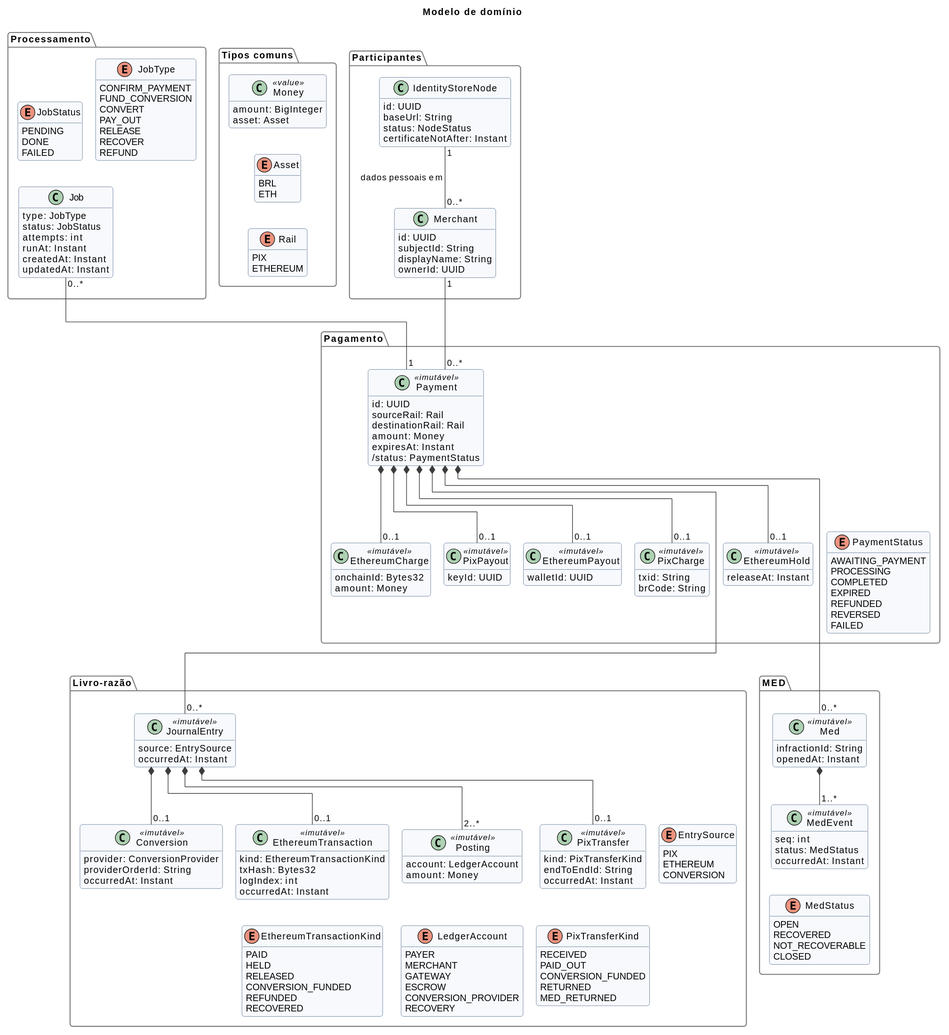
BrunoViotto18/Pixeth keeps this PlantUML diagram as docs/diagrams/svg/dominio/classes-dominio.svg. Above is the earlier version. Source of this version:
```plantuml
@startuml
!pragma layout elk
!include ../_estilo.iuml

title Modelo de domínio

hide empty members
skinparam linetype ortho

package "Participantes" {
  class Merchant {
    id: UUID
    subjectId: String
    displayName: String
    ownerId: UUID
  }

  class IdentityStoreNode {
    id: UUID
    baseUrl: String
    status: NodeStatus
    certificateNotAfter: Instant
  }
}

package "Processamento" {
  class Job {
    type: JobType
    status: JobStatus
    attempts: int
    runAt: Instant
    createdAt: Instant
    updatedAt: Instant
  }

  enum JobType {
    CONFIRM_PAYMENT
    FUND_CONVERSION
    CONVERT
    PAY_OUT
    RELEASE
    RECOVER
    REFUND
  }

  enum JobStatus {
    PENDING
    DONE
    FAILED
  }
}

package "Pagamento" {
  class Payment <<imutável>> {
    id: UUID
    sourceRail: Rail
    destinationRail: Rail
    amount: Money
    expiresAt: Instant
    /status: PaymentStatus
  }

  enum PaymentStatus {
    AWAITING_PAYMENT
    PROCESSING
    COMPLETED
    EXPIRED
    REFUNDED
    REVERSED
    FAILED
  }

  class PixCharge <<imutável>> {
    txid: String
    brCode: String
  }

  class PixPayout <<imutável>> {
    keyId: UUID
  }

  class EthereumCharge <<imutável>> {
    onchainId: Bytes32
    amount: Money
  }

  class EthereumPayout <<imutável>> {
    walletId: UUID
  }

  class EthereumHold <<imutável>> {
    releaseAt: Instant
  }
}

package "Livro-razão" {
  class JournalEntry <<imutável>> {
    source: EntrySource
    occurredAt: Instant
  }

  class Posting <<imutável>> {
    account: LedgerAccount
    amount: Money
  }

  class PixTransfer <<imutável>> {
    kind: PixTransferKind
    endToEndId: String
    occurredAt: Instant
  }

  class EthereumTransaction <<imutável>> {
    kind: EthereumTransactionKind
    txHash: Bytes32
    logIndex: int
    occurredAt: Instant
  }

  class Conversion <<imutável>> {
    provider: ConversionProvider
    providerOrderId: String
    occurredAt: Instant
  }

  enum EntrySource {
    PIX
    ETHEREUM
    CONVERSION
  }

  enum LedgerAccount {
    PAYER
    MERCHANT
    GATEWAY
    ESCROW
    CONVERSION_PROVIDER
    RECOVERY
  }

  enum PixTransferKind {
    RECEIVED
    PAID_OUT
    CONVERSION_FUNDED
    RETURNED
    MED_RETURNED
  }

  enum EthereumTransactionKind {
    PAID
    HELD
    RELEASED
    CONVERSION_FUNDED
    REFUNDED
    RECOVERED
  }
}

package "MED" {
  class Med <<imutável>> {
    infractionId: String
    openedAt: Instant
  }

  class MedEvent <<imutável>> {
    seq: int
    status: MedStatus
    occurredAt: Instant
  }

  enum MedStatus {
    OPEN
    RECOVERED
    NOT_RECOVERABLE
    CLOSED
  }
}

package "Tipos comuns" {
  class Money <<value>> {
    amount: BigInteger
    asset: Asset
  }

  enum Asset {
    BRL
    ETH
  }

  enum Rail {
    PIX
    ETHEREUM
  }
}

IdentityStoreNode "1" -down- "0..*" Merchant : dados pessoais em
Merchant "1" -down- "0..*" Payment
Job "0..*" -down- "1" Payment
Payment *-down- "0..1" PixCharge
Payment *-down- "0..1" PixPayout
Payment *-down- "0..1" EthereumCharge
Payment *-down- "0..1" EthereumPayout
Payment *-down- "0..1" EthereumHold
Payment *-down- "0..*" JournalEntry
Payment *-down- "0..*" Med
JournalEntry *-down- "2..*" Posting
JournalEntry *-down- "0..1" PixTransfer
JournalEntry *-down- "0..1" EthereumTransaction
JournalEntry *-down- "0..1" Conversion
Med *-down- "1..*" MedEvent

JobType -[hidden]down- Job
JobStatus -[hidden]down- Job
Payment -[hidden]right- PaymentStatus
JournalEntry -[hidden]down- EntrySource
Posting -[hidden]down- LedgerAccount
PixTransfer -[hidden]down- PixTransferKind
EthereumTransaction -[hidden]down- EthereumTransactionKind
MedEvent -[hidden]down- MedStatus
Money -[hidden]down- Asset
Asset -[hidden]right- Rail
@enduml
```
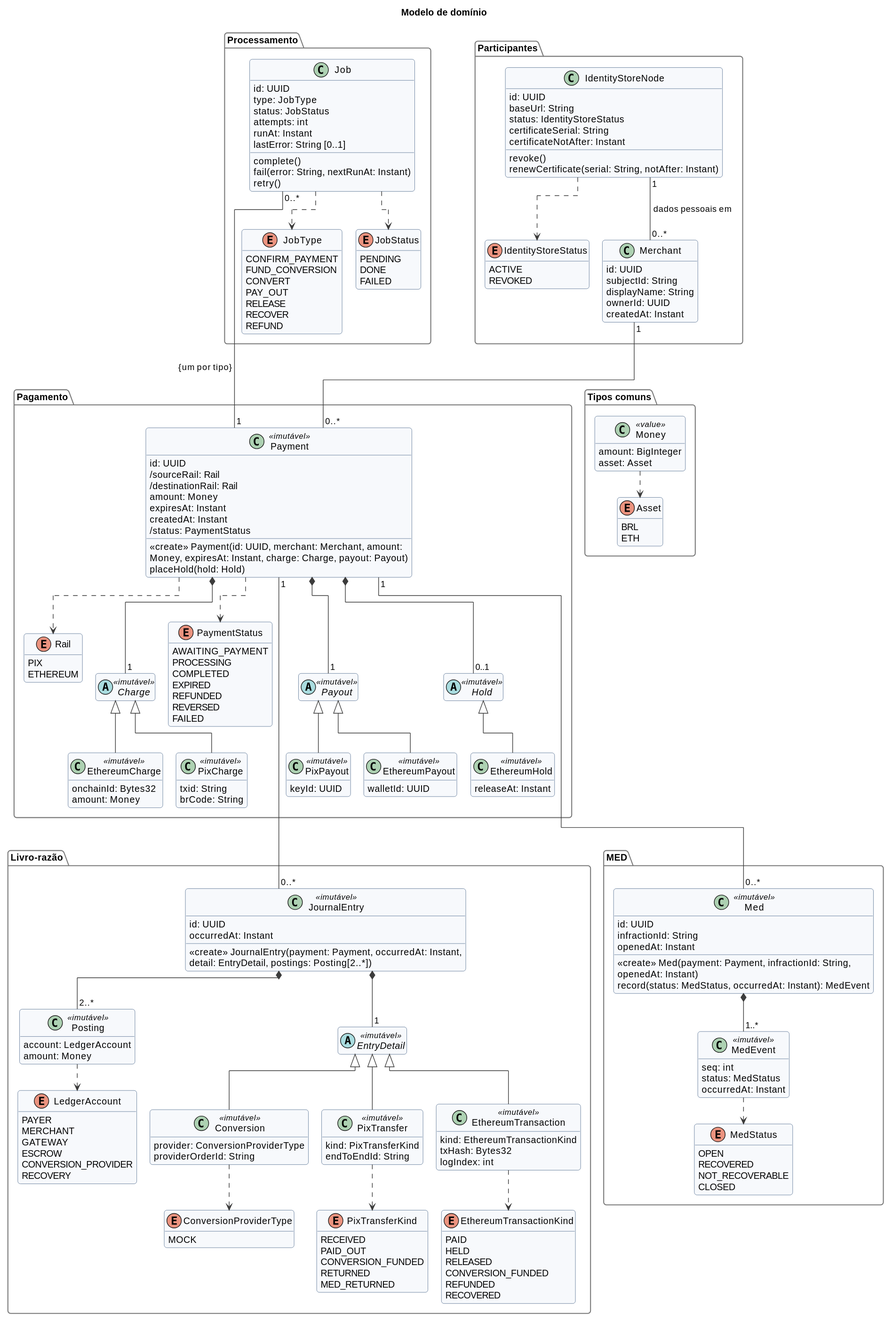
The same diagram one commit later.

Commit message:
refactor: Improve domain class diagram

What changed in the source:
```diff
@@ -6,6 +6,7 @@
 
 hide empty members
 skinparam linetype ortho
+skinparam wrapWidth 420
 
 package "Participantes" {
   class Merchant {
@@ -13,24 +14,36 @@
     subjectId: String
     displayName: String
     ownerId: UUID
+    createdAt: Instant
   }
 
   class IdentityStoreNode {
     id: UUID
     baseUrl: String
-    status: NodeStatus
+    status: IdentityStoreStatus
+    certificateSerial: String
     certificateNotAfter: Instant
+    revoke()
+    renewCertificate(serial: String, notAfter: Instant)
+  }
+
+  enum IdentityStoreStatus {
+    ACTIVE
+    REVOKED
   }
 }
 
 package "Processamento" {
   class Job {
+    id: UUID
     type: JobType
     status: JobStatus
     attempts: int
     runAt: Instant
-    createdAt: Instant
-    updatedAt: Instant
+    lastError: String [0..1]
+    complete()
+    fail(error: String, nextRunAt: Instant)
+    retry()
   }
 
   enum JobType {
@@ -53,11 +66,14 @@
 package "Pagamento" {
   class Payment <<imutável>> {
     id: UUID
-    sourceRail: Rail
-    destinationRail: Rail
+    /sourceRail: Rail
+    /destinationRail: Rail
     amount: Money
     expiresAt: Instant
+    createdAt: Instant
     /status: PaymentStatus
+    «create» Payment(id: UUID, merchant: Merchant, amount: Money, expiresAt: Instant, charge: Charge, payout: Payout)
+    placeHold(hold: Hold)
   }
 
   enum PaymentStatus {
@@ -70,24 +86,30 @@
     FAILED
   }
 
+  enum Rail {
+    PIX
+    ETHEREUM
+  }
+
+  abstract class Charge <<imutável>>
   class PixCharge <<imutável>> {
     txid: String
     brCode: String
   }
-
-  class PixPayout <<imutável>> {
-    keyId: UUID
-  }
-
   class EthereumCharge <<imutável>> {
     onchainId: Bytes32
     amount: Money
   }
 
+  abstract class Payout <<imutável>>
+  class PixPayout <<imutável>> {
+    keyId: UUID
+  }
   class EthereumPayout <<imutável>> {
     walletId: UUID
   }
 
+  abstract class Hold <<imutável>>
   class EthereumHold <<imutável>> {
     releaseAt: Instant
   }
@@ -95,38 +117,14 @@
 
 package "Livro-razão" {
   class JournalEntry <<imutável>> {
-    source: EntrySource
+    id: UUID
     occurredAt: Instant
+    «create» JournalEntry(payment: Payment, occurredAt: Instant, detail: EntryDetail, postings: Posting[2..*])
   }
 
   class Posting <<imutável>> {
     account: LedgerAccount
     amount: Money
-  }
-
-  class PixTransfer <<imutável>> {
-    kind: PixTransferKind
-    endToEndId: String
-    occurredAt: Instant
-  }
-
-  class EthereumTransaction <<imutável>> {
-    kind: EthereumTransactionKind
-    txHash: Bytes32
-    logIndex: int
-    occurredAt: Instant
-  }
-
-  class Conversion <<imutável>> {
-    provider: ConversionProvider
-    providerOrderId: String
-    occurredAt: Instant
-  }
-
-  enum EntrySource {
-    PIX
-    ETHEREUM
-    CONVERSION
   }
 
   enum LedgerAccount {
@@ -136,6 +134,24 @@
     ESCROW
     CONVERSION_PROVIDER
     RECOVERY
+  }
+
+  abstract class EntryDetail <<imutável>>
+
+  class PixTransfer <<imutável>> {
+    kind: PixTransferKind
+    endToEndId: String
+  }
+
+  class EthereumTransaction <<imutável>> {
+    kind: EthereumTransactionKind
+    txHash: Bytes32
+    logIndex: int
+  }
+
+  class Conversion <<imutável>> {
+    provider: ConversionProviderType
+    providerOrderId: String
   }
 
   enum PixTransferKind {
@@ -154,12 +170,19 @@
     REFUNDED
     RECOVERED
   }
+
+  enum ConversionProviderType {
+    MOCK
+  }
 }
 
 package "MED" {
   class Med <<imutável>> {
+    id: UUID
     infractionId: String
     openedAt: Instant
+    «create» Med(payment: Payment, infractionId: String, openedAt: Instant)
+    record(status: MedStatus, occurredAt: Instant): MedEvent
   }
 
   class MedEvent <<imutável>> {
@@ -186,37 +209,44 @@
     BRL
     ETH
   }
-
-  enum Rail {
-    PIX
-    ETHEREUM
-  }
 }
 
-IdentityStoreNode "1" -down- "0..*" Merchant : dados pessoais em
-Merchant "1" -down- "0..*" Payment
-Job "0..*" -down- "1" Payment
-Payment *-down- "0..1" PixCharge
-Payment *-down- "0..1" PixPayout
-Payment *-down- "0..1" EthereumCharge
-Payment *-down- "0..1" EthereumPayout
-Payment *-down- "0..1" EthereumHold
-Payment *-down- "0..*" JournalEntry
-Payment *-down- "0..*" Med
-JournalEntry *-down- "2..*" Posting
-JournalEntry *-down- "0..1" PixTransfer
-JournalEntry *-down- "0..1" EthereumTransaction
-JournalEntry *-down- "0..1" Conversion
-Med *-down- "1..*" MedEvent
+IdentityStoreNode "1" -- "0..*" Merchant : dados pessoais em
+Merchant "1" -- "0..*" Payment
+Job "0..*" -- "1" Payment : {um por tipo}
+Payment "1" -- "0..*" JournalEntry
+Payment "1" -- "0..*" Med
 
-JobType -[hidden]down- Job
-JobStatus -[hidden]down- Job
-Payment -[hidden]right- PaymentStatus
-JournalEntry -[hidden]down- EntrySource
-Posting -[hidden]down- LedgerAccount
-PixTransfer -[hidden]down- PixTransferKind
-EthereumTransaction -[hidden]down- EthereumTransactionKind
-MedEvent -[hidden]down- MedStatus
-Money -[hidden]down- Asset
-Asset -[hidden]right- Rail
+Payment *-- "1" Charge
+Payment *-- "1" Payout
+Payment *-- "0..1" Hold
+JournalEntry *-- "2..*" Posting
+JournalEntry *-- "1" EntryDetail
+Med *-- "1..*" MedEvent
+
+Charge <|-- PixCharge
+Charge <|-- EthereumCharge
+Payout <|-- PixPayout
+Payout <|-- EthereumPayout
+Hold <|-- EthereumHold
+EntryDetail <|-- PixTransfer
+EntryDetail <|-- EthereumTransaction
+EntryDetail <|-- Conversion
+
+
+IdentityStoreNode ..> IdentityStoreStatus
+Job ..> JobType
+Job ..> JobStatus
+Payment ..> PaymentStatus
+Payment ..> Rail
+Posting ..> LedgerAccount
+PixTransfer ..> PixTransferKind
+EthereumTransaction ..> EthereumTransactionKind
+Conversion ..> ConversionProviderType
+MedEvent ..> MedStatus
+Money ..> Asset
+
+Merchant -[hidden]- Money
+Job -[hidden]- Money
+Hold -[hidden]- JournalEntry
 @enduml
```
